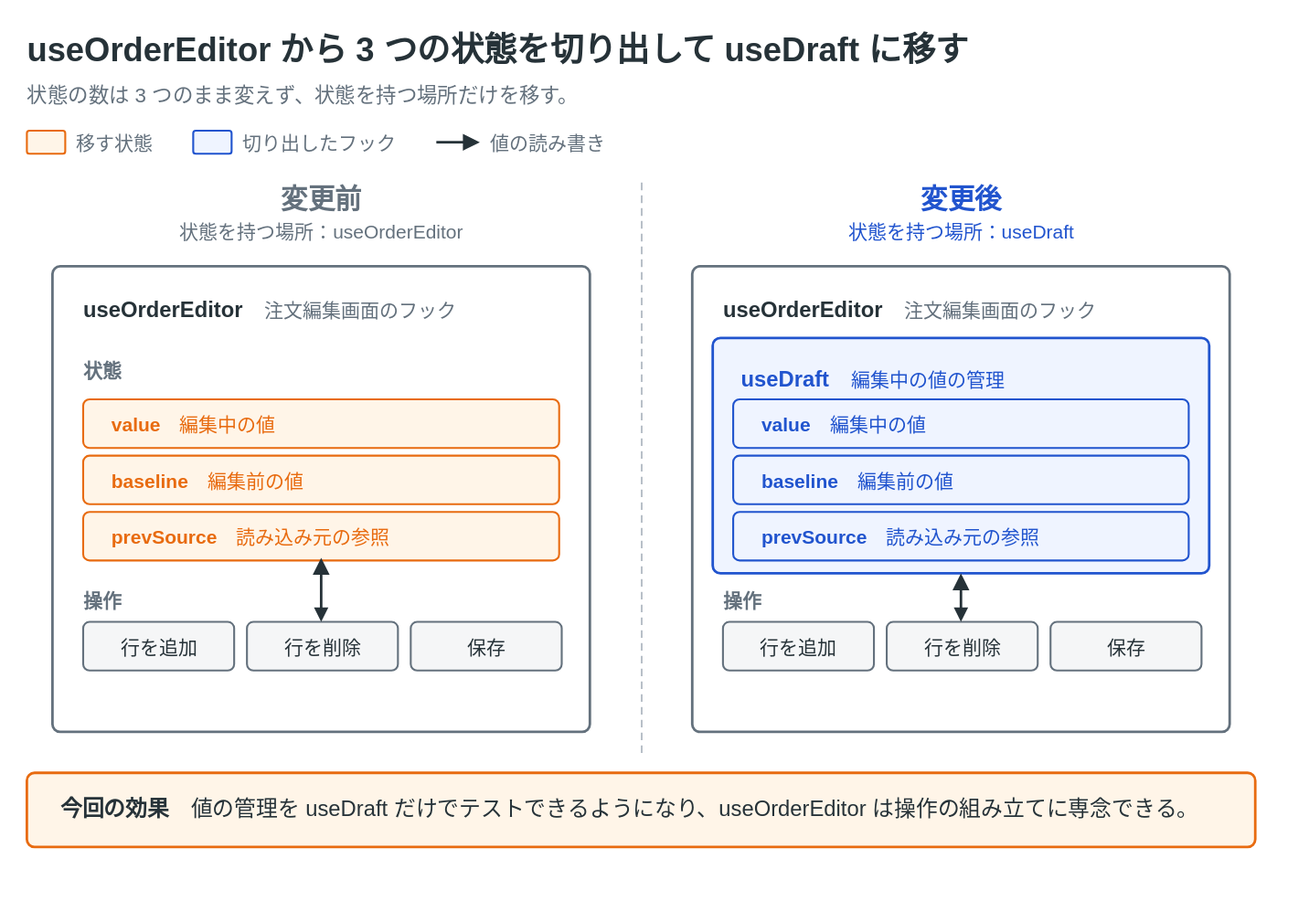
Above: skills/explanatory-diagrams/templates/refactor-move-state/refactor-move-state.drawio.svg in nntto/explanatory-diagrams (draw.io), before the change. Source tidied: cells renumbered, new cells last; positions are measured from the earlier drawing's top-left corner, leaving out a move shared by most shapes.
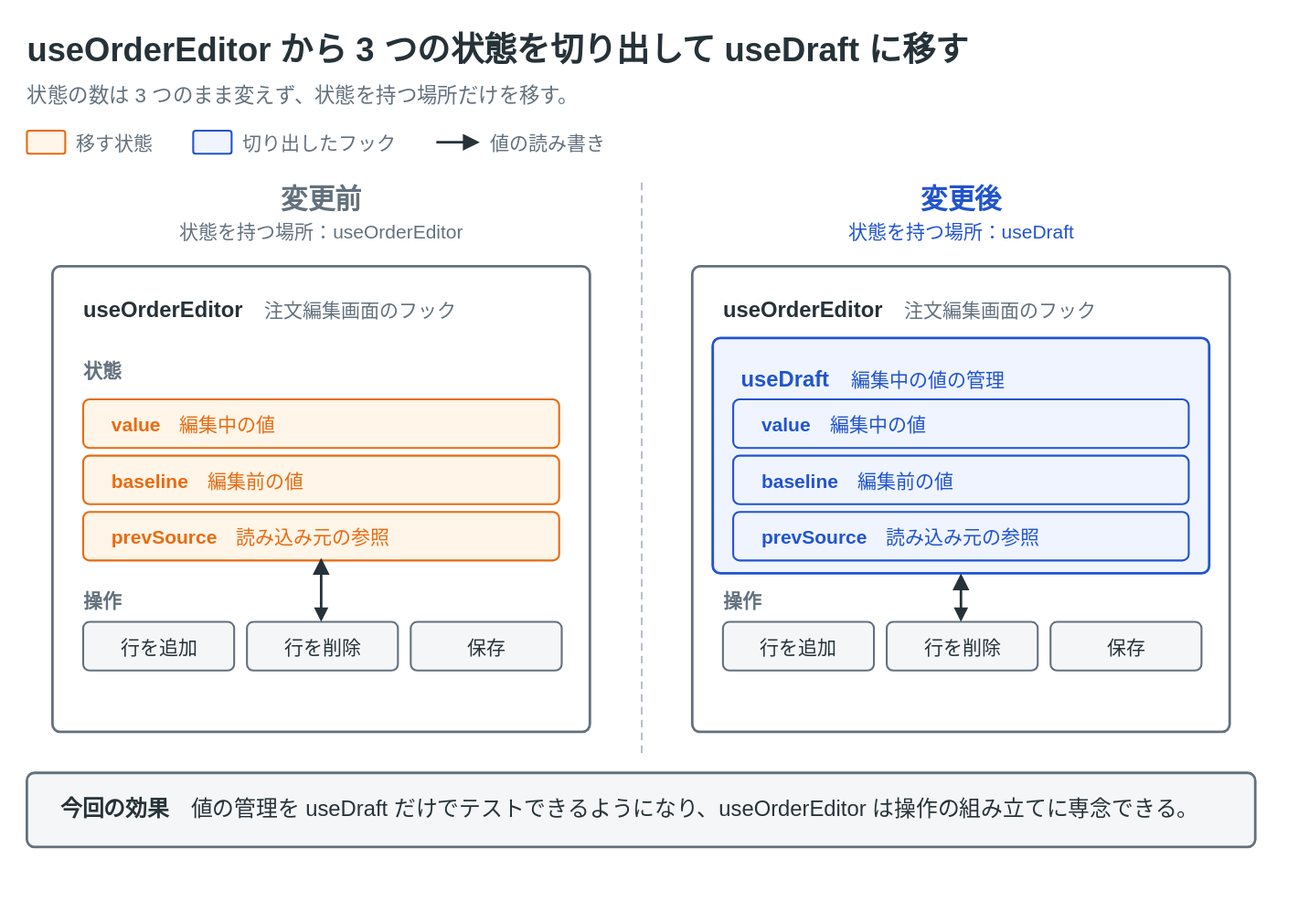
Later version of the same file.

Commit message:
見本 3 枚の「今回の効果」の枠を、橙から基調の色にする

Diff of the diagram source:
```diff
@@ -113,7 +113,7 @@
         <mxPoint x="730" y="428" as="targetPoint" />
       </mxGeometry>
     </mxCell>
-    <mxCell id="35" value="&lt;b&gt;今回の効果&lt;/b&gt;　値の管理を useDraft だけでテストできるようになり、useOrderEditor は操作の組み立てに専念できる。" style="rounded=1;absoluteArcSize=1;arcSize=12;whiteSpace=wrap;html=1;fillColor=#fff5e8;strokeColor=#e86b10;strokeWidth=2;fontColor=#263238;fontFamily=Helvetica;fontSize=17;align=left;verticalAlign=middle;spacing=10;spacingLeft=16;" parent="1" vertex="1">
+    <mxCell id="35" value="&lt;b&gt;今回の効果&lt;/b&gt;　値の管理を useDraft だけでテストできるようになり、useOrderEditor は操作の組み立てに専念できる。" style="rounded=1;absoluteArcSize=1;arcSize=12;whiteSpace=wrap;html=1;fillColor=#f5f6f7;strokeColor=#64717d;strokeWidth=2;fontColor=#263238;fontFamily=Helvetica;fontSize=17;align=left;verticalAlign=middle;spacing=10;spacingLeft=16;" parent="1" vertex="1">
       <mxGeometry y="584" width="960" height="58" as="geometry" />
     </mxCell>
   </root>
```
